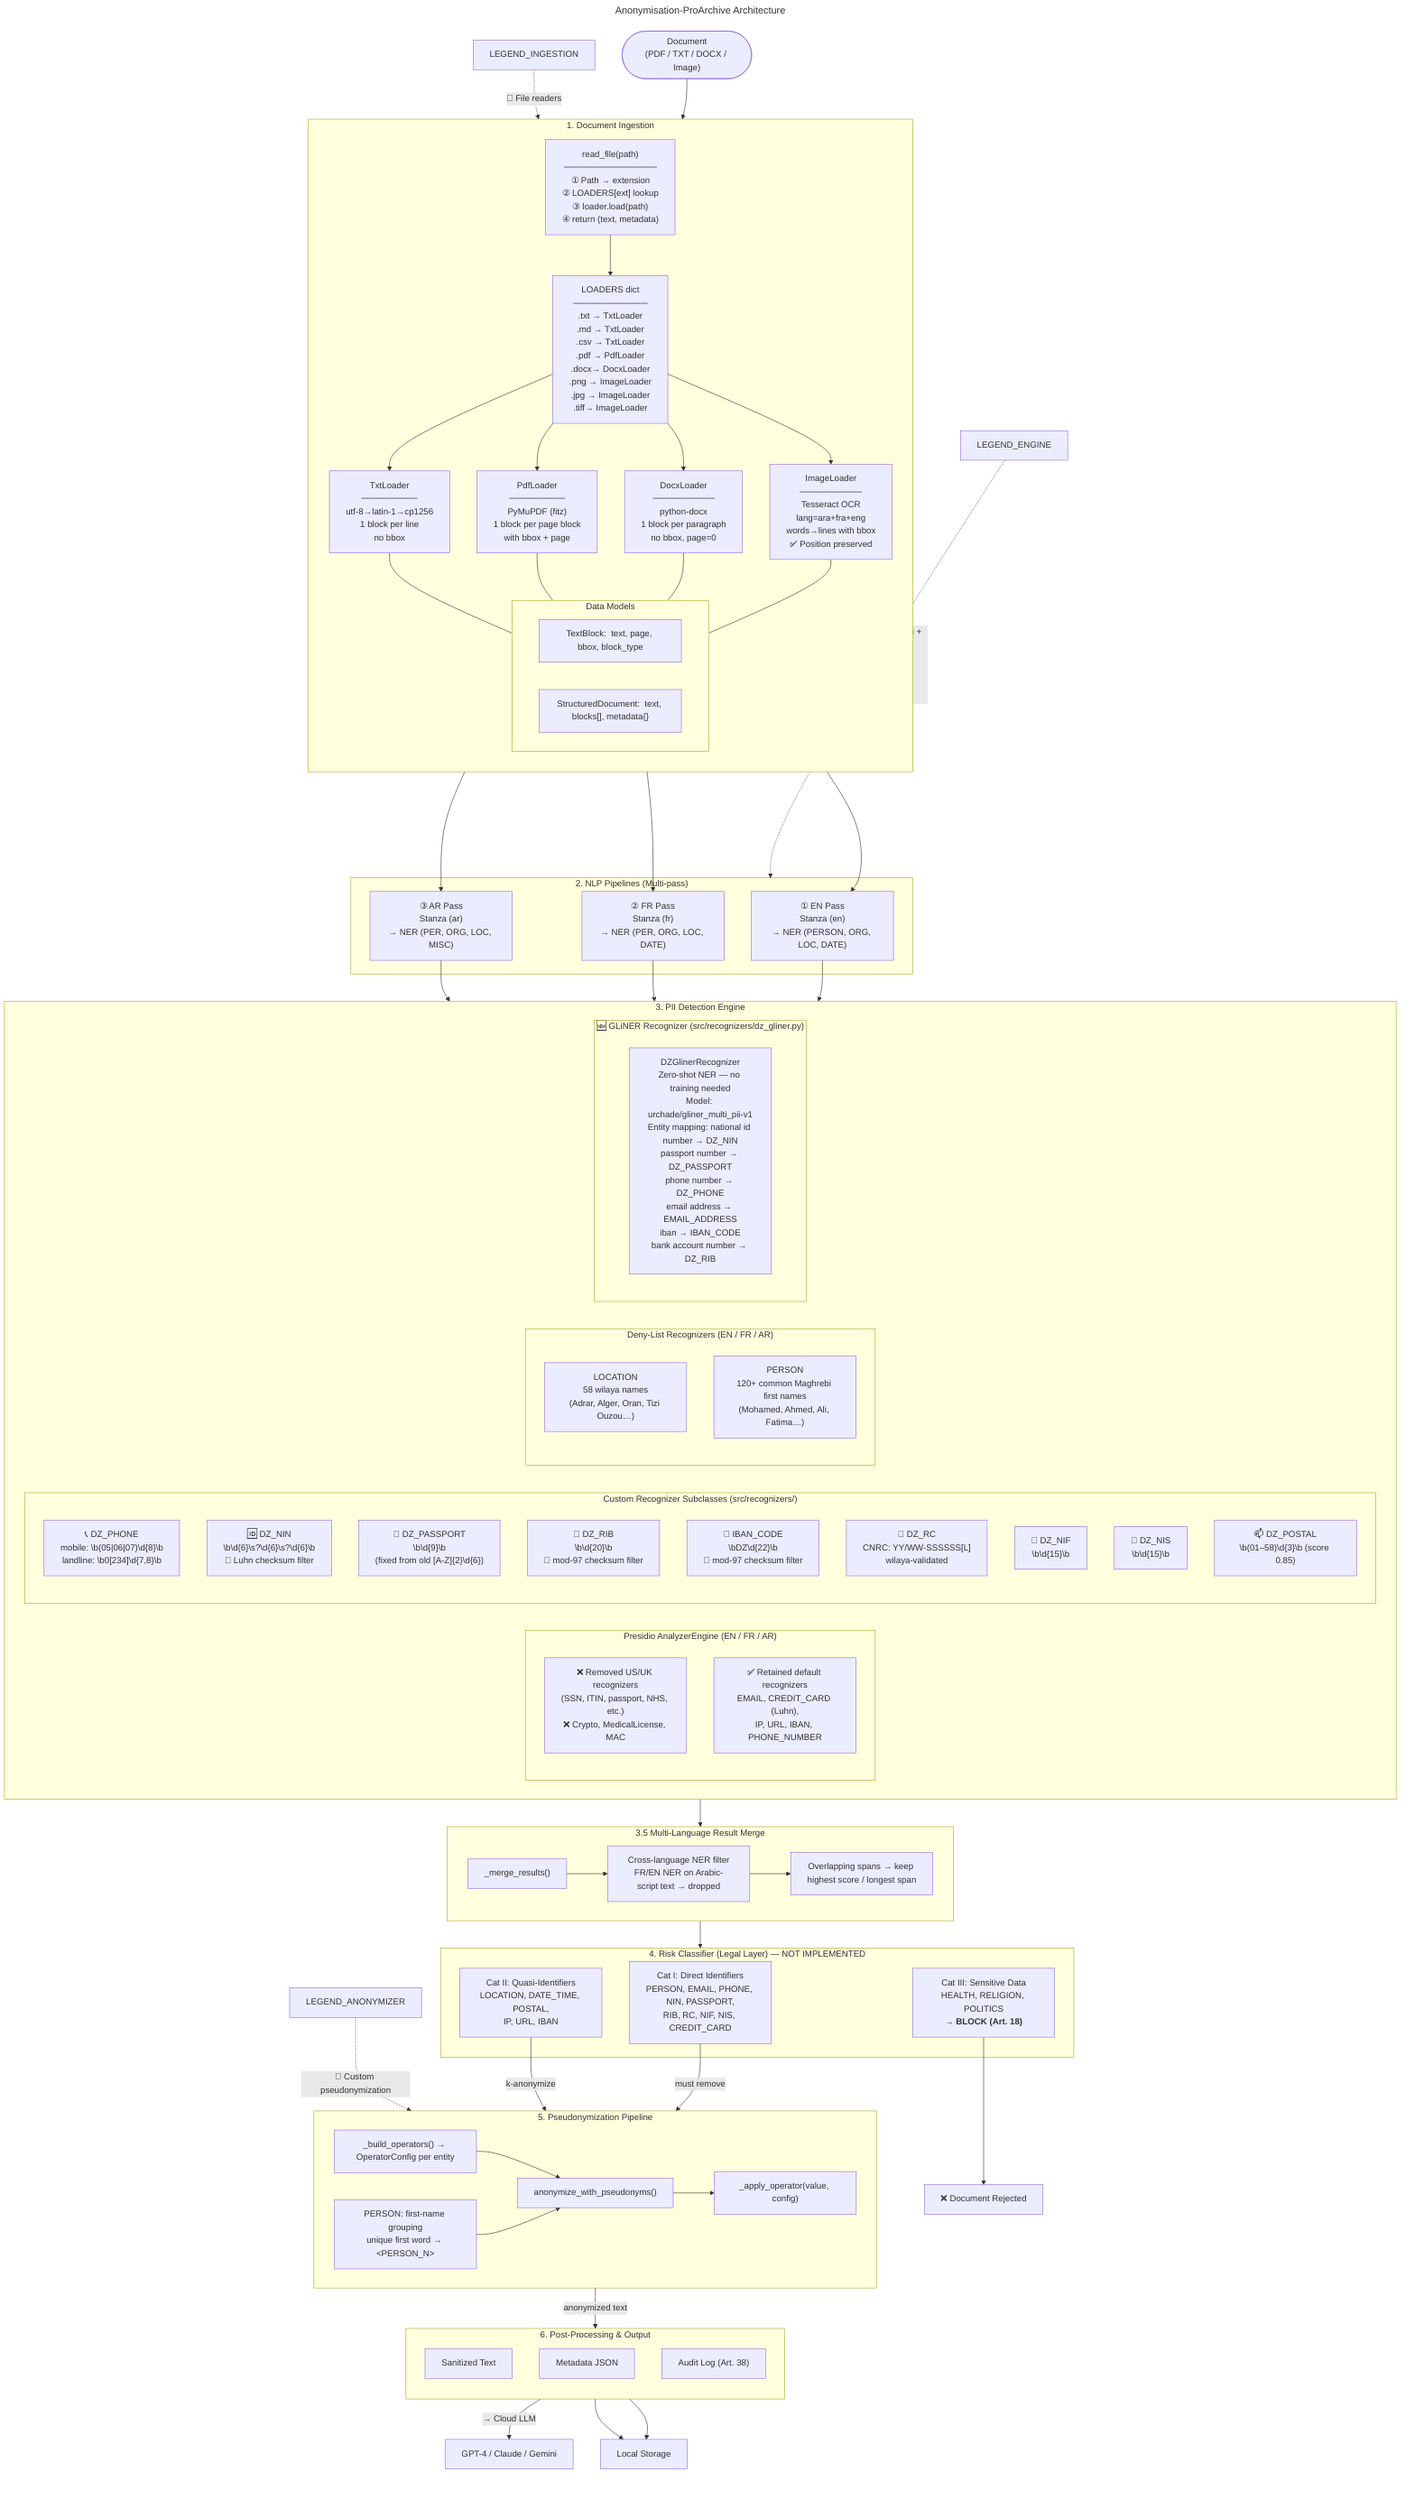
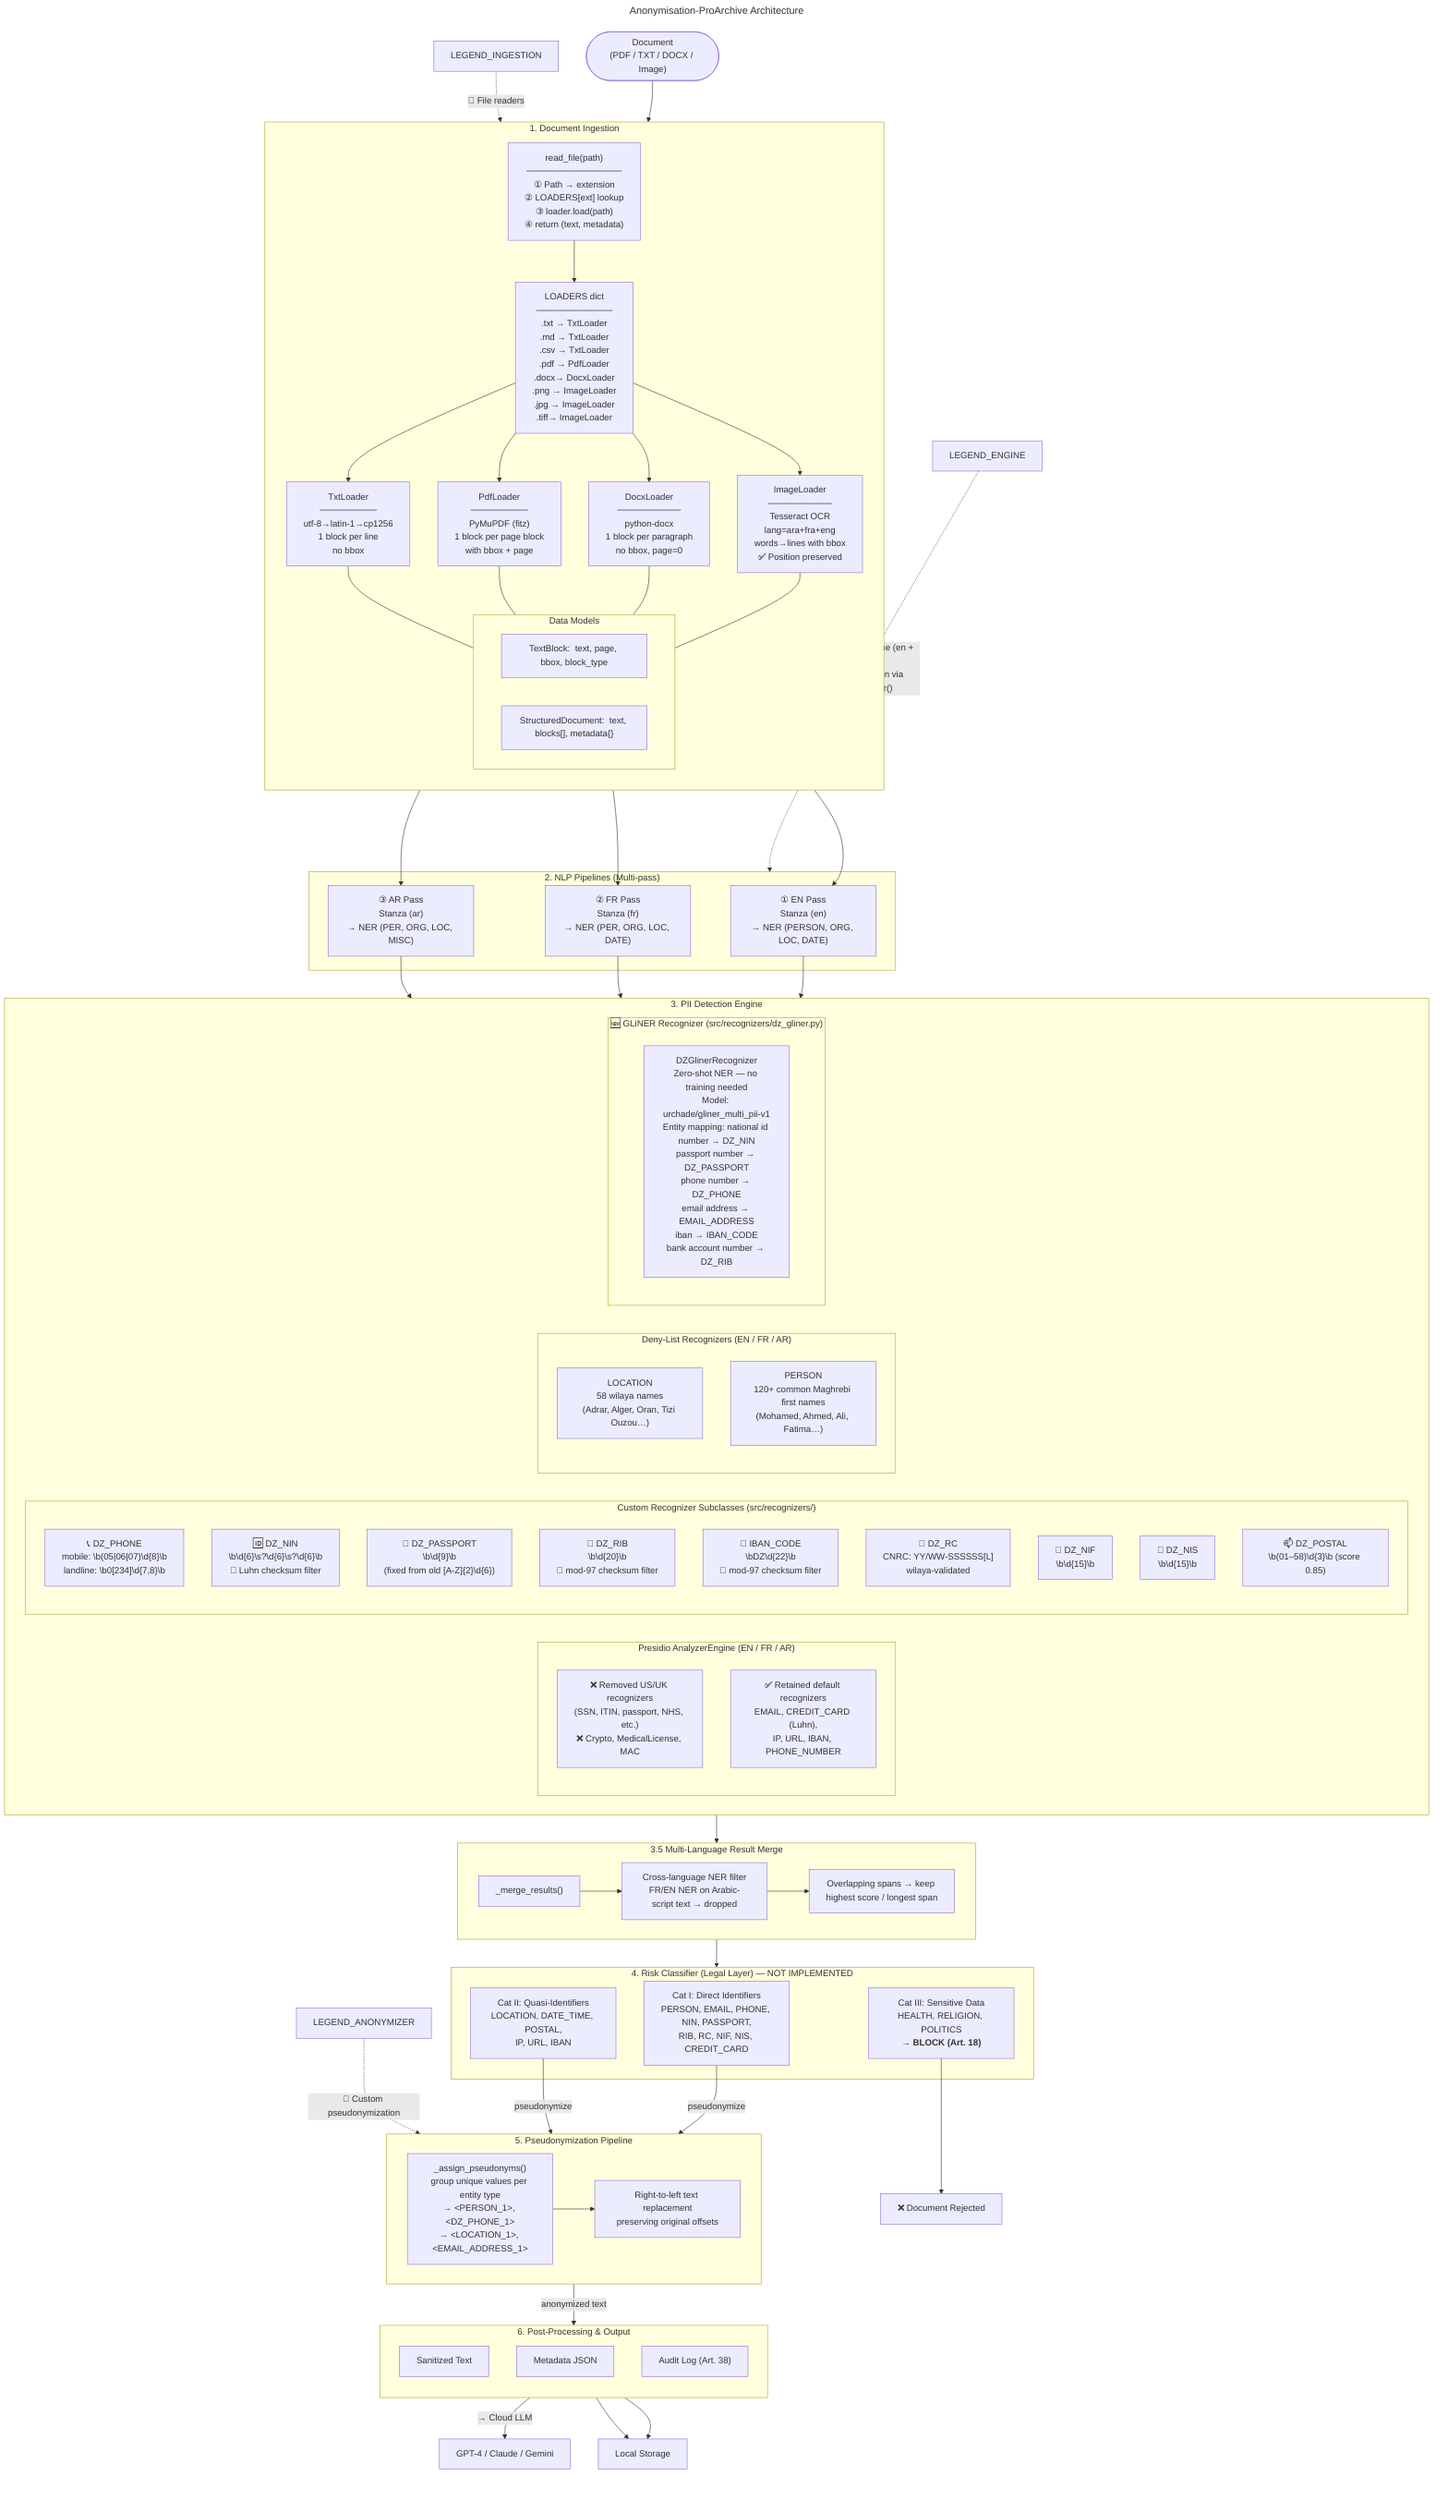
---
title: Anonymisation-ProArchive Architecture
---

flowchart TB
    %% ── Input ──
    INPUT(["Document<br/>(PDF / TXT / DOCX / Image)"])
    INPUT --> INGESTION

    %% ── 1. Ingestion Layer ──
    subgraph INGESTION ["1. Document Ingestion"]
        direction TB
        READ["read_file(path)
        ───────────────
        ① Path → extension
        ② LOADERS[ext] lookup
        ③ loader.load(path)
        ④ return (text, metadata)"]

        subgraph MODELS ["Data Models"]
            TB_MODEL["TextBlock:  text, page, bbox, block_type"]
            SD_MODEL["StructuredDocument:  text, blocks[], metadata{}"]
        end

        REG["LOADERS dict
        ────────────
        .txt → TxtLoader
        .md  → TxtLoader
        .csv → TxtLoader
        .pdf → PdfLoader
        .docx→ DocxLoader
        .png → ImageLoader
        .jpg → ImageLoader
        .tiff→ ImageLoader"]

        TXT["TxtLoader
        ─────────
        utf-8→latin-1→cp1256
        1 block per line
        no bbox"]

        PDF["PdfLoader
        ─────────
        PyMuPDF (fitz)
        1 block per page block
        with bbox + page"]

        DOCX["DocxLoader
        ──────────
        python-docx
        1 block per paragraph
        no bbox, page=0"]

        IMG["ImageLoader
        ──────────
        Tesseract OCR
        lang=ara+fra+eng
        words→lines with bbox
        ✅ Position preserved"]

        READ --> REG
        REG --> TXT
        REG --> PDF
        REG --> DOCX
        REG --> IMG
        TXT --- MODELS
        PDF --- MODELS
        DOCX --- MODELS
        IMG --- MODELS
    end

    %% ── 2. NLP Pipelines (Multi-pass: EN + FR + AR) ──
    subgraph NLP ["2. NLP Pipelines (Multi-pass)"]
        EN_PIPELINE["① EN Pass<br/>Stanza (en)<br/>→ NER (PERSON, ORG, LOC, DATE)"]
        FR_PIPELINE["② FR Pass<br/>Stanza (fr)<br/>→ NER (PER, ORG, LOC, DATE)"]
        AR_PIPELINE["③ AR Pass<br/>Stanza (ar)<br/>→ NER (PER, ORG, LOC, MISC)"]
    end

    INGESTION --> EN_PIPELINE
    INGESTION --> FR_PIPELINE
    INGESTION --> AR_PIPELINE

    EN_PIPELINE --> ANALYZER
    FR_PIPELINE --> ANALYZER
    AR_PIPELINE --> ANALYZER

    %% ── 3. Analyzer (Detection) ──
    subgraph ANALYZER ["3. PII Detection Engine"]

        subgraph PRESIDIO_CORE ["Presidio AnalyzerEngine (EN / FR / AR)"]
            REMOVED["❌ Removed US/UK recognizers<br/>(SSN, ITIN, passport, NHS, etc.)<br/>❌ Crypto, MedicalLicense, MAC"]
            KEPT["✅ Retained default recognizers<br/>EMAIL, CREDIT_CARD (Luhn),<br/>IP, URL, IBAN, PHONE_NUMBER"]
        end

        subgraph ALGERIAN ["Custom Recognizer Subclasses (src/recognizers/)"]
            DZ_PHONE["📞 DZ_PHONE<br/>mobile: \b(05|06|07)\d{8}\b<br/>landline: \b0[234]\d{7,8}\b"]
            DZ_NIN["🆔 DZ_NIN<br/>\b\d{6}\s?\d{6}\s?\d{6}\b<br/>🔢 Luhn checksum filter"]
            DZ_PASSPORT["📘 DZ_PASSPORT<br/>\b\d{9}\b<br/>(fixed from old [A-Z]{2}\d{6})"]
            DZ_RIB["🏦 DZ_RIB<br/>\b\d{20}\b<br/>🔢 mod-97 checksum filter"]
            DZ_IBAN["🏦 IBAN_CODE<br/>\bDZ\d{22}\b<br/>🔢 mod-97 checksum filter"]
            DZ_RC["🏢 DZ_RC<br/>CNRC: YY/WW-SSSSSS[L]<br/>wilaya-validated"]
            DZ_NIF["🧾 DZ_NIF<br/>\b\d{15}\b"]
            DZ_NIS["🧾 DZ_NIS<br/>\b\d{15}\b"]
            DZ_POSTAL["📫 DZ_POSTAL<br/>\b(01–58)\d{3}\b (score 0.85)"]
        end

        subgraph DENY_LISTS ["Deny-List Recognizers (EN / FR / AR)"]
            LOC_DENY["LOCATION<br/>58 wilaya names<br/>(Adrar, Alger, Oran, Tizi Ouzou…)"]
            PER_DENY["PERSON<br/>120+ common Maghrebi first names<br/>(Mohamed, Ahmed, Ali, Fatima…)"]
        end

        subgraph GLINER ["🆕 GLiNER Recognizer (src/recognizers/dz_gliner.py)"]
            GLINER_ENGINE["DZGlinerRecognizer<br/>Zero-shot NER — no training needed<br/>Model: urchade/gliner_multi_pii-v1<br/>Entity mapping: national id number → DZ_NIN<br/>passport number → DZ_PASSPORT<br/>phone number → DZ_PHONE<br/>email address → EMAIL_ADDRESS<br/>iban → IBAN_CODE<br/>bank account number → DZ_RIB"]
        end
    end

    ANALYZER --> MERGE

    %% ── 3.5 Result Merge (multi-language) ──
    subgraph MERGE ["3.5 Multi-Language Result Merge"]
        MERGE_FN["_merge_results()"]
        FILTER["Cross-language NER filter<br/>FR/EN NER on Arabic-script text → dropped"]
        OVERLAP["Overlapping spans → keep highest score / longest span"]
        MERGE_FN --> FILTER
        FILTER --> OVERLAP
    end

    MERGE --> RISK_CLASSIFIER

    %% ── 4. Risk Classifier ──
    subgraph RISK_CLASSIFIER ["4. Risk Classifier (Legal Layer) — NOT IMPLEMENTED"]
        CAT_I["Cat I: Direct Identifiers<br/>PERSON, EMAIL, PHONE, NIN, PASSPORT,<br/>RIB, RC, NIF, NIS, CREDIT_CARD"]
        CAT_II["Cat II: Quasi-Identifiers<br/>LOCATION, DATE_TIME, POSTAL,<br/>IP, URL, IBAN"]
        CAT_III["Cat III: Sensitive Data<br/>HEALTH, RELIGION, POLITICS<br/><b>→ BLOCK (Art. 18)</b>"]
    end

-     CAT_I -->|must remove| ANONYMIZER
-     CAT_II -->|k-anonymize| ANONYMIZER
+     CAT_I -->|pseudonymize| ANONYMIZER
+     CAT_II -->|pseudonymize| ANONYMIZER
    CAT_III --> BLOCK["❌ Document Rejected"]

    ANONYMIZER -->|anonymized text| OUTPUT

-     %% ── 5. Anonymizer (Custom Pseudonymization) ──
+     %% ── 5. Anonymizer (Pure Pseudonymization) ──
    subgraph ANONYMIZER ["5. Pseudonymization Pipeline"]
-         OPS["_build_operators() → OperatorConfig per entity"]
-         PSEUDO["anonymize_with_pseudonyms()"]
-         GROUP["PERSON: first-name grouping<br/>unique first word → &lt;PERSON_N&gt;"]
-         APPLY["_apply_operator(value, config)"]
- 
-         OPS --> PSEUDO
-         GROUP --> PSEUDO
-         PSEUDO --> APPLY
+         ASSIGN["_assign_pseudonyms()<br/>group unique values per entity type<br/>→ &lt;PERSON_1&gt;, &lt;DZ_PHONE_1&gt;<br/>→ &lt;LOCATION_1&gt;, &lt;EMAIL_ADDRESS_1&gt;"]
+         APPLY["Right-to-left text replacement<br/>preserving original offsets"]
+         ASSIGN --> APPLY
    end

    %% ── 6. Post-Processing & Output ──
    subgraph OUTPUT ["6. Post-Processing & Output"]
        direction TB
        TEXT_OUT["Sanitized Text"]
        META_OUT["Metadata JSON"]
        AUDIT["Audit Log (Art. 38)"]
    end

    TEXT_OUT -->|"→ Cloud LLM"| LLM["GPT-4 / Claude / Gemini"]
    META_OUT --> LOCAL["Local Storage"]
    AUDIT --> LOCAL

    %% ── Legend ──
    LEGEND_INGESTION -.->|"📄 File readers"| INGESTION
    LEGEND_ANONYMIZER -.->|"🔐 Custom pseudonymization"| ANONYMIZER
-     LEGEND_ENGINE -.->|"🔁 StanzaNlpEngine (en + fr + ar)<br/>Replaced spaCy + _SafeNlpEngine<br/>Shared singleton via get_analyzer()"| NLP
+     LEGEND_ENGINE -.->|"🔁 StanzaNlpEngine (en + fr + ar)<br/>Shared singleton via get_analyzer()"| NLP
